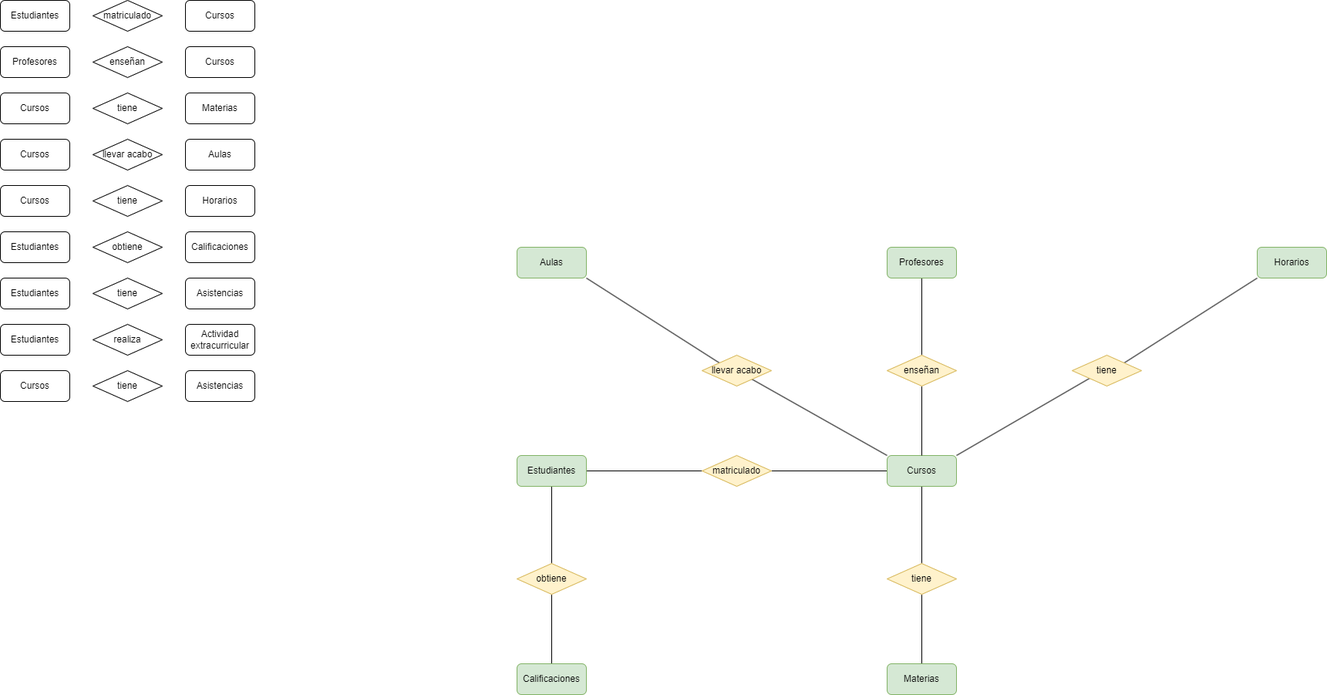
Above: Unidad-1/Tareas/Tareas-evaluables/Tarea-evaluable-1/Ejercicio-evaluable-1.drawio.png in LuisMGlez/base-datos (draw.io), before the change. Source tidied: cells renumbered, new cells last; positions are measured from the earlier drawing's top-left corner, leaving out a move shared by most shapes.
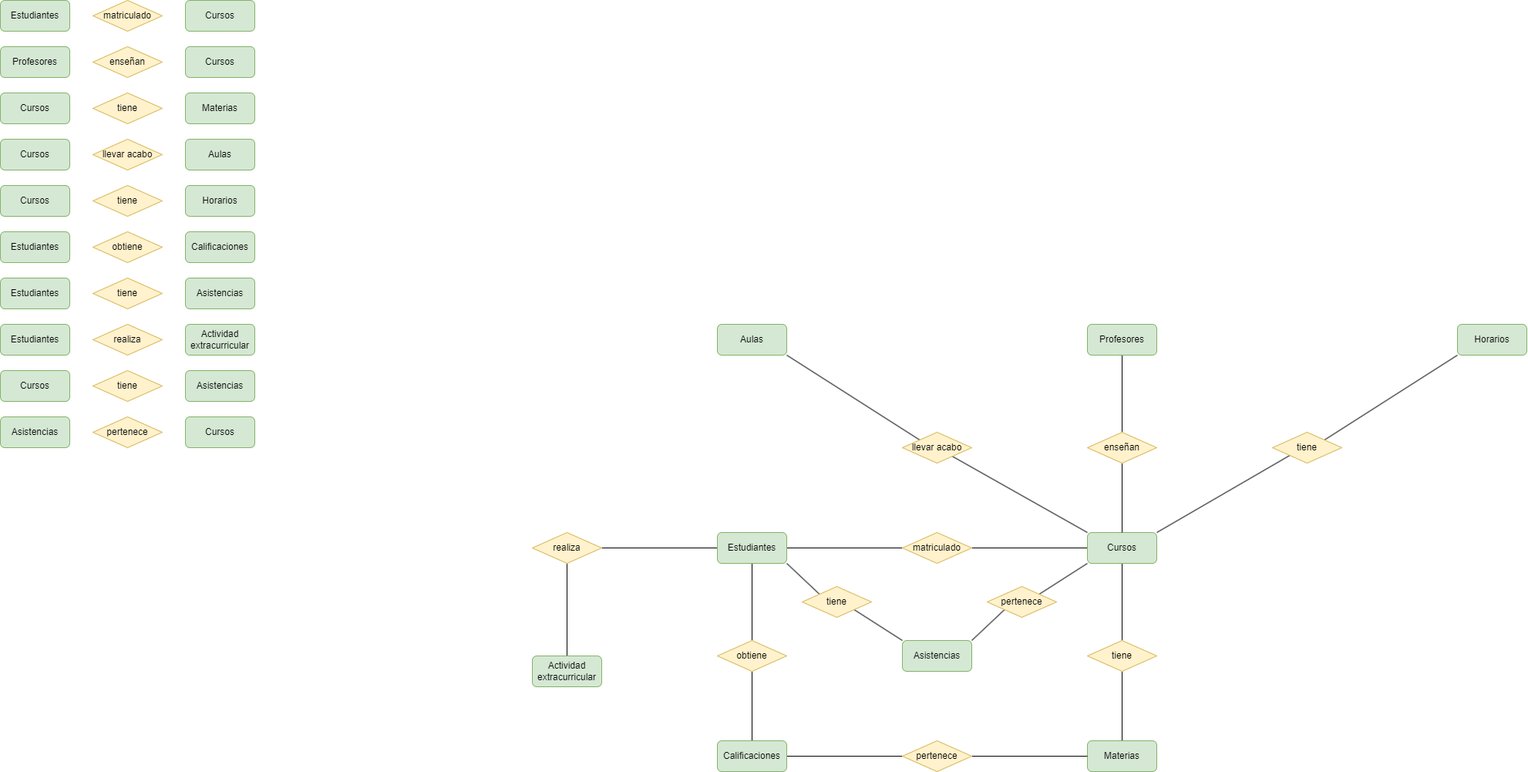
The same file after the commit.

The edit, as a diff of the source:
```diff
@@ -2,85 +2,85 @@
   <root>
     <mxCell id="0" />
     <mxCell id="1" parent="0" />
-    <mxCell id="2" value="Profesores" style="rounded=1;whiteSpace=wrap;html=1;" parent="1" vertex="1">
+    <mxCell id="2" value="Profesores" style="rounded=1;whiteSpace=wrap;html=1;fillColor=#d5e8d4;strokeColor=#82b366;" parent="1" vertex="1">
       <mxGeometry y="60" width="90" height="40" as="geometry" />
     </mxCell>
-    <mxCell id="3" value="Actividad extracurricular" style="rounded=1;whiteSpace=wrap;html=1;" parent="1" vertex="1">
+    <mxCell id="3" value="Actividad extracurricular" style="rounded=1;whiteSpace=wrap;html=1;fillColor=#d5e8d4;strokeColor=#82b366;" parent="1" vertex="1">
       <mxGeometry x="240" y="420" width="90" height="40" as="geometry" />
     </mxCell>
-    <mxCell id="4" value="Asistencias" style="rounded=1;whiteSpace=wrap;html=1;" parent="1" vertex="1">
+    <mxCell id="4" value="Asistencias" style="rounded=1;whiteSpace=wrap;html=1;fillColor=#d5e8d4;strokeColor=#82b366;" parent="1" vertex="1">
       <mxGeometry x="240" y="360" width="90" height="40" as="geometry" />
     </mxCell>
-    <mxCell id="5" value="Calificaciones" style="rounded=1;whiteSpace=wrap;html=1;" parent="1" vertex="1">
+    <mxCell id="5" value="Calificaciones" style="rounded=1;whiteSpace=wrap;html=1;fillColor=#d5e8d4;strokeColor=#82b366;" parent="1" vertex="1">
       <mxGeometry x="240" y="300" width="90" height="40" as="geometry" />
     </mxCell>
-    <mxCell id="6" value="Horarios" style="rounded=1;whiteSpace=wrap;html=1;" parent="1" vertex="1">
+    <mxCell id="6" value="Horarios" style="rounded=1;whiteSpace=wrap;html=1;fillColor=#d5e8d4;strokeColor=#82b366;" parent="1" vertex="1">
       <mxGeometry x="240" y="240" width="90" height="40" as="geometry" />
     </mxCell>
-    <mxCell id="7" value="Aulas" style="rounded=1;whiteSpace=wrap;html=1;" parent="1" vertex="1">
+    <mxCell id="7" value="Aulas" style="rounded=1;whiteSpace=wrap;html=1;fillColor=#d5e8d4;strokeColor=#82b366;" parent="1" vertex="1">
       <mxGeometry x="240" y="180" width="90" height="40" as="geometry" />
     </mxCell>
-    <mxCell id="8" value="Materias" style="rounded=1;whiteSpace=wrap;html=1;" parent="1" vertex="1">
+    <mxCell id="8" value="Materias" style="rounded=1;whiteSpace=wrap;html=1;fillColor=#d5e8d4;strokeColor=#82b366;" parent="1" vertex="1">
       <mxGeometry x="240" y="120" width="90" height="40" as="geometry" />
     </mxCell>
-    <mxCell id="9" value="Cursos" style="rounded=1;whiteSpace=wrap;html=1;" parent="1" vertex="1">
+    <mxCell id="9" value="Cursos" style="rounded=1;whiteSpace=wrap;html=1;fillColor=#d5e8d4;strokeColor=#82b366;" parent="1" vertex="1">
       <mxGeometry x="240" width="90" height="40" as="geometry" />
     </mxCell>
-    <mxCell id="10" value="Estudiantes" style="rounded=1;whiteSpace=wrap;html=1;" parent="1" vertex="1">
+    <mxCell id="10" value="Estudiantes" style="rounded=1;whiteSpace=wrap;html=1;fillColor=#d5e8d4;strokeColor=#82b366;" parent="1" vertex="1">
       <mxGeometry width="90" height="40" as="geometry" />
     </mxCell>
-    <mxCell id="11" value="matriculado" style="rhombus;whiteSpace=wrap;html=1;" parent="1" vertex="1">
+    <mxCell id="11" value="matriculado" style="rhombus;whiteSpace=wrap;html=1;fillColor=#fff2cc;strokeColor=#d6b656;" parent="1" vertex="1">
       <mxGeometry x="120" width="90" height="40" as="geometry" />
     </mxCell>
-    <mxCell id="12" value="Cursos" style="rounded=1;whiteSpace=wrap;html=1;" parent="1" vertex="1">
+    <mxCell id="12" value="Cursos" style="rounded=1;whiteSpace=wrap;html=1;fillColor=#d5e8d4;strokeColor=#82b366;" parent="1" vertex="1">
       <mxGeometry x="240" y="60" width="90" height="40" as="geometry" />
     </mxCell>
-    <mxCell id="13" value="enseñan" style="rhombus;whiteSpace=wrap;html=1;" parent="1" vertex="1">
+    <mxCell id="13" value="enseñan" style="rhombus;whiteSpace=wrap;html=1;fillColor=#fff2cc;strokeColor=#d6b656;" parent="1" vertex="1">
       <mxGeometry x="120" y="60" width="90" height="40" as="geometry" />
     </mxCell>
-    <mxCell id="14" value="Cursos" style="rounded=1;whiteSpace=wrap;html=1;" parent="1" vertex="1">
+    <mxCell id="14" value="Cursos" style="rounded=1;whiteSpace=wrap;html=1;fillColor=#d5e8d4;strokeColor=#82b366;" parent="1" vertex="1">
       <mxGeometry y="120" width="90" height="40" as="geometry" />
     </mxCell>
-    <mxCell id="15" value="tiene" style="rhombus;whiteSpace=wrap;html=1;" parent="1" vertex="1">
+    <mxCell id="15" value="tiene" style="rhombus;whiteSpace=wrap;html=1;fillColor=#fff2cc;strokeColor=#d6b656;" parent="1" vertex="1">
       <mxGeometry x="120" y="120" width="90" height="40" as="geometry" />
     </mxCell>
-    <mxCell id="16" value="Cursos" style="rounded=1;whiteSpace=wrap;html=1;" parent="1" vertex="1">
+    <mxCell id="16" value="Cursos" style="rounded=1;whiteSpace=wrap;html=1;fillColor=#d5e8d4;strokeColor=#82b366;" parent="1" vertex="1">
       <mxGeometry y="180" width="90" height="40" as="geometry" />
     </mxCell>
-    <mxCell id="17" value="llevar acabo" style="rhombus;whiteSpace=wrap;html=1;" parent="1" vertex="1">
+    <mxCell id="17" value="llevar acabo" style="rhombus;whiteSpace=wrap;html=1;fillColor=#fff2cc;strokeColor=#d6b656;" parent="1" vertex="1">
       <mxGeometry x="120" y="180" width="90" height="40" as="geometry" />
     </mxCell>
-    <mxCell id="18" value="Cursos" style="rounded=1;whiteSpace=wrap;html=1;" parent="1" vertex="1">
+    <mxCell id="18" value="Cursos" style="rounded=1;whiteSpace=wrap;html=1;fillColor=#d5e8d4;strokeColor=#82b366;" parent="1" vertex="1">
       <mxGeometry y="240" width="90" height="40" as="geometry" />
     </mxCell>
-    <mxCell id="19" value="tiene" style="rhombus;whiteSpace=wrap;html=1;" parent="1" vertex="1">
+    <mxCell id="19" value="tiene" style="rhombus;whiteSpace=wrap;html=1;fillColor=#fff2cc;strokeColor=#d6b656;" parent="1" vertex="1">
       <mxGeometry x="120" y="240" width="90" height="40" as="geometry" />
     </mxCell>
-    <mxCell id="20" value="Estudiantes" style="rounded=1;whiteSpace=wrap;html=1;" parent="1" vertex="1">
+    <mxCell id="20" value="Estudiantes" style="rounded=1;whiteSpace=wrap;html=1;fillColor=#d5e8d4;strokeColor=#82b366;" parent="1" vertex="1">
       <mxGeometry y="300" width="90" height="40" as="geometry" />
     </mxCell>
-    <mxCell id="21" value="obtiene" style="rhombus;whiteSpace=wrap;html=1;" parent="1" vertex="1">
+    <mxCell id="21" value="obtiene" style="rhombus;whiteSpace=wrap;html=1;fillColor=#fff2cc;strokeColor=#d6b656;" parent="1" vertex="1">
       <mxGeometry x="120" y="300" width="90" height="40" as="geometry" />
     </mxCell>
-    <mxCell id="22" value="Estudiantes" style="rounded=1;whiteSpace=wrap;html=1;" parent="1" vertex="1">
+    <mxCell id="22" value="Estudiantes" style="rounded=1;whiteSpace=wrap;html=1;fillColor=#d5e8d4;strokeColor=#82b366;" parent="1" vertex="1">
       <mxGeometry y="360" width="90" height="40" as="geometry" />
     </mxCell>
-    <mxCell id="23" value="tiene" style="rhombus;whiteSpace=wrap;html=1;" parent="1" vertex="1">
+    <mxCell id="23" value="tiene" style="rhombus;whiteSpace=wrap;html=1;fillColor=#fff2cc;strokeColor=#d6b656;" parent="1" vertex="1">
       <mxGeometry x="120" y="360" width="90" height="40" as="geometry" />
     </mxCell>
-    <mxCell id="24" value="Estudiantes" style="rounded=1;whiteSpace=wrap;html=1;" parent="1" vertex="1">
+    <mxCell id="24" value="Estudiantes" style="rounded=1;whiteSpace=wrap;html=1;fillColor=#d5e8d4;strokeColor=#82b366;" parent="1" vertex="1">
       <mxGeometry y="420" width="90" height="40" as="geometry" />
     </mxCell>
-    <mxCell id="25" value="realiza" style="rhombus;whiteSpace=wrap;html=1;" parent="1" vertex="1">
+    <mxCell id="25" value="realiza" style="rhombus;whiteSpace=wrap;html=1;fillColor=#fff2cc;strokeColor=#d6b656;" parent="1" vertex="1">
       <mxGeometry x="120" y="420" width="90" height="40" as="geometry" />
     </mxCell>
-    <mxCell id="26" value="Cursos" style="rounded=1;whiteSpace=wrap;html=1;" parent="1" vertex="1">
+    <mxCell id="26" value="Cursos" style="rounded=1;whiteSpace=wrap;html=1;fillColor=#d5e8d4;strokeColor=#82b366;" parent="1" vertex="1">
       <mxGeometry y="480" width="90" height="40" as="geometry" />
     </mxCell>
-    <mxCell id="27" value="tiene" style="rhombus;whiteSpace=wrap;html=1;" parent="1" vertex="1">
+    <mxCell id="27" value="tiene" style="rhombus;whiteSpace=wrap;html=1;fillColor=#fff2cc;strokeColor=#d6b656;" parent="1" vertex="1">
       <mxGeometry x="120" y="480" width="90" height="40" as="geometry" />
     </mxCell>
-    <mxCell id="28" value="Asistencias" style="rounded=1;whiteSpace=wrap;html=1;" parent="1" vertex="1">
+    <mxCell id="28" value="Asistencias" style="rounded=1;whiteSpace=wrap;html=1;fillColor=#d5e8d4;strokeColor=#82b366;" parent="1" vertex="1">
       <mxGeometry x="240" y="480" width="90" height="40" as="geometry" />
     </mxCell>
     <mxCell id="29" style="edgeStyle=orthogonalEdgeStyle;rounded=0;jettySize=auto;html=1;exitX=1;exitY=0.5;exitDx=0;exitDy=0;entryX=0;entryY=0.5;entryDx=0;entryDy=0;endArrow=none;endFill=0;" parent="1" edge="1" source="31" target="33">
@@ -89,14 +89,20 @@
     <mxCell id="30" style="edgeStyle=orthogonalEdgeStyle;rounded=0;jettySize=auto;html=1;exitX=0.5;exitY=1;exitDx=0;exitDy=0;entryX=0.5;entryY=0;entryDx=0;entryDy=0;endArrow=none;endFill=0;" parent="1" edge="1" source="31" target="52">
       <mxGeometry relative="1" as="geometry" />
     </mxCell>
+    <mxCell id="54" style="rounded=0;jettySize=auto;html=1;exitX=1;exitY=1;exitDx=0;exitDy=0;entryX=0;entryY=0;entryDx=0;entryDy=0;endArrow=none;endFill=0;" parent="1" edge="1" source="31" target="58">
+      <mxGeometry relative="1" as="geometry" />
+    </mxCell>
+    <mxCell id="55" style="edgeStyle=orthogonalEdgeStyle;rounded=0;jettySize=auto;html=1;exitX=0;exitY=0.5;exitDx=0;exitDy=0;entryX=1;entryY=0.5;entryDx=0;entryDy=0;endArrow=none;endFill=0;" parent="1" edge="1" source="31" target="66">
+      <mxGeometry relative="1" as="geometry" />
+    </mxCell>
     <mxCell id="31" value="Estudiantes" style="rounded=1;whiteSpace=wrap;html=1;fillColor=#d5e8d4;strokeColor=#82b366;" parent="1" vertex="1">
-      <mxGeometry x="670" y="590" width="90" height="40" as="geometry" />
+      <mxGeometry x="930" y="690" width="90" height="40" as="geometry" />
     </mxCell>
     <mxCell id="32" style="edgeStyle=orthogonalEdgeStyle;rounded=0;jettySize=auto;html=1;exitX=1;exitY=0.5;exitDx=0;exitDy=0;entryX=0;entryY=0.5;entryDx=0;entryDy=0;endArrow=none;endFill=0;" parent="1" edge="1" source="33" target="37">
       <mxGeometry relative="1" as="geometry" />
     </mxCell>
     <mxCell id="33" value="matriculado" style="rhombus;whiteSpace=wrap;html=1;fillColor=#fff2cc;strokeColor=#d6b656;" parent="1" vertex="1">
-      <mxGeometry x="910" y="590" width="90" height="40" as="geometry" />
+      <mxGeometry x="1170" y="690" width="90" height="40" as="geometry" />
     </mxCell>
     <mxCell id="34" style="rounded=0;jettySize=auto;html=1;exitX=0;exitY=0;exitDx=0;exitDy=0;endArrow=none;endFill=0;" parent="1" edge="1" source="37" target="46">
       <mxGeometry relative="1" as="geometry" />
@@ -108,55 +114,100 @@
       <mxGeometry relative="1" as="geometry" />
     </mxCell>
     <mxCell id="37" value="Cursos" style="rounded=1;whiteSpace=wrap;html=1;fillColor=#d5e8d4;strokeColor=#82b366;" parent="1" vertex="1">
-      <mxGeometry x="1150" y="590" width="90" height="40" as="geometry" />
+      <mxGeometry x="1410" y="690" width="90" height="40" as="geometry" />
     </mxCell>
     <mxCell id="38" style="edgeStyle=orthogonalEdgeStyle;rounded=0;jettySize=auto;html=1;exitX=0.5;exitY=1;exitDx=0;exitDy=0;entryX=0.5;entryY=0;entryDx=0;entryDy=0;endArrow=none;endFill=0;" parent="1" edge="1" source="39" target="41">
       <mxGeometry relative="1" as="geometry" />
     </mxCell>
     <mxCell id="39" value="Profesores" style="rounded=1;whiteSpace=wrap;html=1;fillColor=#d5e8d4;strokeColor=#82b366;" parent="1" vertex="1">
-      <mxGeometry x="1150" y="320" width="90" height="40" as="geometry" />
+      <mxGeometry x="1410" y="420" width="90" height="40" as="geometry" />
     </mxCell>
     <mxCell id="40" style="edgeStyle=orthogonalEdgeStyle;rounded=0;jettySize=auto;html=1;exitX=0.5;exitY=1;exitDx=0;exitDy=0;entryX=0.5;entryY=0;entryDx=0;entryDy=0;endArrow=none;endFill=0;" parent="1" edge="1" source="41" target="37">
       <mxGeometry relative="1" as="geometry" />
     </mxCell>
     <mxCell id="41" value="enseñan" style="rhombus;whiteSpace=wrap;html=1;fillColor=#fff2cc;strokeColor=#d6b656;" parent="1" vertex="1">
-      <mxGeometry x="1150" y="460" width="90" height="40" as="geometry" />
+      <mxGeometry x="1410" y="560" width="90" height="40" as="geometry" />
     </mxCell>
     <mxCell id="42" style="edgeStyle=orthogonalEdgeStyle;rounded=0;jettySize=auto;html=1;exitX=0.5;exitY=1;exitDx=0;exitDy=0;entryX=0.5;entryY=0;entryDx=0;entryDy=0;endArrow=none;endFill=0;" parent="1" edge="1" source="43" target="44">
       <mxGeometry relative="1" as="geometry" />
     </mxCell>
     <mxCell id="43" value="tiene" style="rhombus;whiteSpace=wrap;html=1;fillColor=#fff2cc;strokeColor=#d6b656;" parent="1" vertex="1">
-      <mxGeometry x="1150" y="730" width="90" height="40" as="geometry" />
+      <mxGeometry x="1410" y="830" width="90" height="40" as="geometry" />
     </mxCell>
     <mxCell id="44" value="Materias" style="rounded=1;whiteSpace=wrap;html=1;fillColor=#d5e8d4;strokeColor=#82b366;" parent="1" vertex="1">
-      <mxGeometry x="1150" y="860" width="90" height="40" as="geometry" />
+      <mxGeometry x="1410" y="960" width="90" height="40" as="geometry" />
     </mxCell>
     <mxCell id="45" style="rounded=0;jettySize=auto;html=1;exitX=0;exitY=0;exitDx=0;exitDy=0;entryX=1;entryY=1;entryDx=0;entryDy=0;endArrow=none;endFill=0;" parent="1" edge="1" source="46" target="47">
       <mxGeometry relative="1" as="geometry" />
     </mxCell>
     <mxCell id="46" value="llevar acabo" style="rhombus;whiteSpace=wrap;html=1;fillColor=#fff2cc;strokeColor=#d6b656;" parent="1" vertex="1">
-      <mxGeometry x="910" y="460" width="90" height="40" as="geometry" />
+      <mxGeometry x="1170" y="560" width="90" height="40" as="geometry" />
     </mxCell>
     <mxCell id="47" value="Aulas" style="rounded=1;whiteSpace=wrap;html=1;fillColor=#d5e8d4;strokeColor=#82b366;" parent="1" vertex="1">
-      <mxGeometry x="670" y="320" width="90" height="40" as="geometry" />
+      <mxGeometry x="930" y="420" width="90" height="40" as="geometry" />
     </mxCell>
     <mxCell id="48" style="rounded=0;jettySize=auto;html=1;exitX=1;exitY=0;exitDx=0;exitDy=0;entryX=0;entryY=1;entryDx=0;entryDy=0;endArrow=none;endFill=0;" parent="1" edge="1" source="49" target="50">
       <mxGeometry relative="1" as="geometry" />
     </mxCell>
     <mxCell id="49" value="tiene" style="rhombus;whiteSpace=wrap;html=1;fillColor=#fff2cc;strokeColor=#d6b656;" parent="1" vertex="1">
-      <mxGeometry x="1390" y="460" width="90" height="40" as="geometry" />
+      <mxGeometry x="1650" y="560" width="90" height="40" as="geometry" />
     </mxCell>
     <mxCell id="50" value="Horarios" style="rounded=1;whiteSpace=wrap;html=1;fillColor=#d5e8d4;strokeColor=#82b366;" parent="1" vertex="1">
-      <mxGeometry x="1630" y="320" width="90" height="40" as="geometry" />
+      <mxGeometry x="1890" y="420" width="90" height="40" as="geometry" />
     </mxCell>
     <mxCell id="51" style="edgeStyle=orthogonalEdgeStyle;rounded=0;jettySize=auto;html=1;exitX=0.5;exitY=1;exitDx=0;exitDy=0;entryX=0.5;entryY=0;entryDx=0;entryDy=0;endArrow=none;endFill=0;" parent="1" edge="1" source="52" target="53">
       <mxGeometry relative="1" as="geometry" />
     </mxCell>
     <mxCell id="52" value="obtiene" style="rhombus;whiteSpace=wrap;html=1;fillColor=#fff2cc;strokeColor=#d6b656;" parent="1" vertex="1">
-      <mxGeometry x="670" y="730" width="90" height="40" as="geometry" />
+      <mxGeometry x="930" y="830" width="90" height="40" as="geometry" />
     </mxCell>
+    <mxCell id="56" style="edgeStyle=orthogonalEdgeStyle;rounded=0;jettySize=auto;html=1;exitX=1;exitY=0.5;exitDx=0;exitDy=0;entryX=0;entryY=0.5;entryDx=0;entryDy=0;endArrow=none;endFill=0;" parent="1" edge="1" source="53" target="64">
+      <mxGeometry relative="1" as="geometry" />
+    </mxCell>
     <mxCell id="53" value="Calificaciones" style="rounded=1;whiteSpace=wrap;html=1;fillColor=#d5e8d4;strokeColor=#82b366;" parent="1" vertex="1">
-      <mxGeometry x="670" y="860" width="90" height="40" as="geometry" />
+      <mxGeometry x="930" y="960" width="90" height="40" as="geometry" />
     </mxCell>
+    <mxCell id="57" style="rounded=0;jettySize=auto;html=1;exitX=1;exitY=1;exitDx=0;exitDy=0;entryX=0;entryY=0;entryDx=0;entryDy=0;endArrow=none;endFill=0;" parent="1" edge="1" source="58" target="59">
+      <mxGeometry relative="1" as="geometry" />
+    </mxCell>
+    <mxCell id="58" value="tiene" style="rhombus;whiteSpace=wrap;html=1;fillColor=#fff2cc;strokeColor=#d6b656;" parent="1" vertex="1">
+      <mxGeometry x="1040" y="760" width="90" height="40" as="geometry" />
+    </mxCell>
+    <mxCell id="59" value="Asistencias" style="rounded=1;whiteSpace=wrap;html=1;fillColor=#d5e8d4;strokeColor=#82b366;" parent="1" vertex="1">
+      <mxGeometry x="1170" y="830" width="90" height="40" as="geometry" />
+    </mxCell>
+    <mxCell id="60" style="rounded=0;jettySize=auto;html=1;exitX=1;exitY=0;exitDx=0;exitDy=0;entryX=0;entryY=1;entryDx=0;entryDy=0;endArrow=none;endFill=0;" parent="1" edge="1" source="62" target="37">
+      <mxGeometry relative="1" as="geometry" />
+    </mxCell>
+    <mxCell id="61" style="rounded=0;jettySize=auto;html=1;exitX=0;exitY=1;exitDx=0;exitDy=0;entryX=1;entryY=0;entryDx=0;entryDy=0;endArrow=none;endFill=0;" parent="1" edge="1" source="62" target="59">
+      <mxGeometry relative="1" as="geometry" />
+    </mxCell>
+    <mxCell id="62" value="pertenece" style="rhombus;whiteSpace=wrap;html=1;fillColor=#fff2cc;strokeColor=#d6b656;" parent="1" vertex="1">
+      <mxGeometry x="1280" y="760" width="90" height="40" as="geometry" />
+    </mxCell>
+    <mxCell id="63" style="edgeStyle=orthogonalEdgeStyle;rounded=0;jettySize=auto;html=1;exitX=1;exitY=0.5;exitDx=0;exitDy=0;entryX=0;entryY=0.5;entryDx=0;entryDy=0;endArrow=none;endFill=0;" parent="1" edge="1" source="64" target="44">
+      <mxGeometry relative="1" as="geometry" />
+    </mxCell>
+    <mxCell id="64" value="pertenece" style="rhombus;whiteSpace=wrap;html=1;fillColor=#fff2cc;strokeColor=#d6b656;" parent="1" vertex="1">
+      <mxGeometry x="1170" y="960" width="90" height="40" as="geometry" />
+    </mxCell>
+    <mxCell id="65" style="edgeStyle=orthogonalEdgeStyle;rounded=0;jettySize=auto;html=1;exitX=0.5;exitY=1;exitDx=0;exitDy=0;entryX=0.5;entryY=0;entryDx=0;entryDy=0;endArrow=none;endFill=0;" parent="1" edge="1" source="66" target="67">
+      <mxGeometry relative="1" as="geometry" />
+    </mxCell>
+    <mxCell id="66" value="realiza" style="rhombus;whiteSpace=wrap;html=1;fillColor=#fff2cc;strokeColor=#d6b656;" parent="1" vertex="1">
+      <mxGeometry x="690" y="690" width="90" height="40" as="geometry" />
+    </mxCell>
+    <mxCell id="67" value="Actividad extracurricular" style="rounded=1;whiteSpace=wrap;html=1;fillColor=#d5e8d4;strokeColor=#82b366;" parent="1" vertex="1">
+      <mxGeometry x="690" y="850" width="90" height="40" as="geometry" />
+    </mxCell>
+    <mxCell id="68" value="Asistencias" style="rounded=1;whiteSpace=wrap;html=1;fillColor=#d5e8d4;strokeColor=#82b366;" parent="1" vertex="1">
+      <mxGeometry y="540" width="90" height="40" as="geometry" />
+    </mxCell>
+    <mxCell id="69" value="Cursos" style="rounded=1;whiteSpace=wrap;html=1;fillColor=#d5e8d4;strokeColor=#82b366;" parent="1" vertex="1">
+      <mxGeometry x="240" y="540" width="90" height="40" as="geometry" />
+    </mxCell>
+    <mxCell id="70" value="pertenece" style="rhombus;whiteSpace=wrap;html=1;fillColor=#fff2cc;strokeColor=#d6b656;" parent="1" vertex="1">
+      <mxGeometry x="120" y="540" width="90" height="40" as="geometry" />
+    </mxCell>
   </root>
 </mxGraphModel>
```
